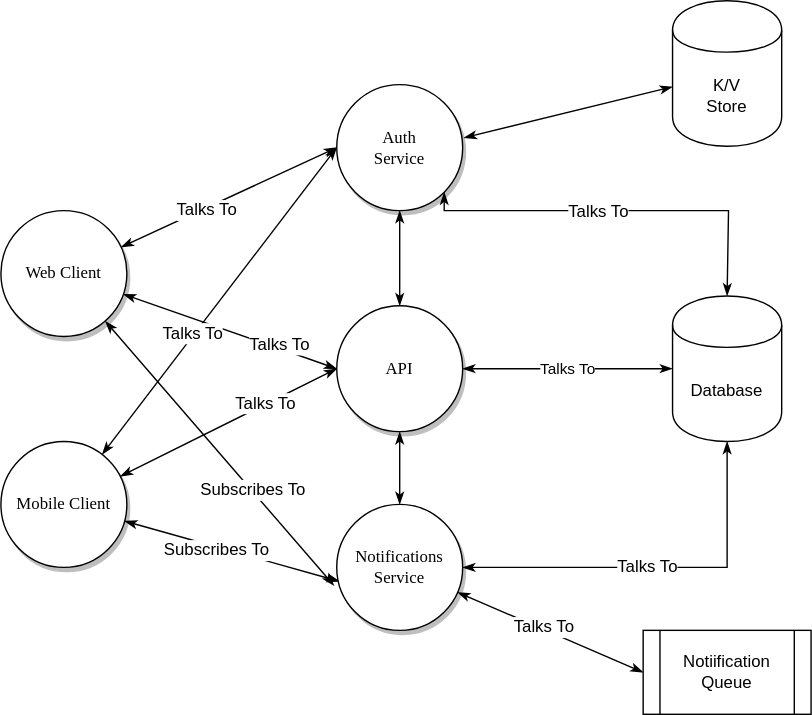
Above: microservice.svg in rasjonell-zz/presentations (draw.io), before the change. Source tidied: cells renumbered, new cells last; positions are measured from the earlier drawing's top-left corner, leaving out a move shared by most shapes. Its diagram source:
```xml
<mxGraphModel background="#ffffff">
  <root>
    <mxCell id="0" />
    <mxCell id="1" parent="0" />
    <mxCell id="2" style="rounded=0;jettySize=auto;html=1;entryX=0;entryY=0.5;entryDx=0;entryDy=0;startArrow=classicThin;startFill=1;endArrow=classicThin;endFill=1;" parent="1" edge="1" source="8" target="18">
      <mxGeometry relative="1" as="geometry" />
    </mxCell>
    <mxCell id="3" value="Talks To" style="text;html=1;align=center;verticalAlign=middle;points=[];labelBackgroundColor=#ffffff;" parent="2" vertex="1">
      <mxGeometry x="-0.22" y="-1" relative="1" as="geometry" />
    </mxCell>
    <mxCell id="4" style="rounded=0;jettySize=auto;html=1;entryX=-0.022;entryY=0.644;entryDx=0;entryDy=0;entryPerimeter=0;startArrow=classicThin;startFill=1;endArrow=classicThin;endFill=1;" parent="1" edge="1" source="8" target="24">
      <mxGeometry relative="1" as="geometry" />
    </mxCell>
    <mxCell id="5" value="&lt;div&gt;Subscribes To&lt;/div&gt;" style="text;html=1;align=center;verticalAlign=middle;points=[];labelBackgroundColor=#ffffff;" parent="4" vertex="1">
      <mxGeometry x="0.28" y="1" relative="1" as="geometry" />
    </mxCell>
    <mxCell id="6" style="edgeStyle=none;rounded=0;jettySize=auto;html=1;entryX=0;entryY=0.5;entryDx=0;entryDy=0;startArrow=classicThin;startFill=1;endArrow=classicThin;endFill=1;" parent="1" edge="1" source="8" target="31">
      <mxGeometry relative="1" as="geometry" />
    </mxCell>
    <mxCell id="7" value="Talks To" style="text;html=1;align=center;verticalAlign=middle;labelBackgroundColor=#ffffff;" parent="6" vertex="1">
      <mxGeometry x="0.43" y="3" relative="1" as="geometry" />
    </mxCell>
    <mxCell id="8" value="Web Client" style="ellipse;whiteSpace=wrap;html=1;rounded=0;shadow=1;comic=0;labelBackgroundColor=none;strokeWidth=1;fontFamily=Verdana;fontSize=12;align=center;" parent="1" vertex="1">
      <mxGeometry y="150" width="90" height="90" as="geometry" />
    </mxCell>
    <mxCell id="9" style="edgeStyle=none;rounded=0;jettySize=auto;html=1;entryX=0;entryY=0.5;entryDx=0;entryDy=0;startArrow=classicThin;startFill=1;endArrow=classicThin;endFill=1;" parent="1" edge="1" source="15" target="18">
      <mxGeometry relative="1" as="geometry" />
    </mxCell>
    <mxCell id="10" value="Talks To" style="text;html=1;align=center;verticalAlign=middle;labelBackgroundColor=#ffffff;" parent="9" vertex="1">
      <mxGeometry x="-0.22" y="2" relative="1" as="geometry" />
    </mxCell>
    <mxCell id="11" style="edgeStyle=none;rounded=0;jettySize=auto;html=1;entryX=0.022;entryY=0.611;entryDx=0;entryDy=0;entryPerimeter=0;startArrow=classicThin;startFill=1;endArrow=classicThin;endFill=1;" parent="1" edge="1" source="15" target="24">
      <mxGeometry relative="1" as="geometry" />
    </mxCell>
    <mxCell id="12" value="Subscribes To" style="text;html=1;align=center;verticalAlign=middle;labelBackgroundColor=#ffffff;" parent="11" vertex="1">
      <mxGeometry x="-0.15" y="-2" relative="1" as="geometry" />
    </mxCell>
    <mxCell id="13" style="edgeStyle=none;rounded=0;jettySize=auto;html=1;entryX=0;entryY=0.5;entryDx=0;entryDy=0;startArrow=classicThin;startFill=1;endArrow=classicThin;endFill=1;" parent="1" edge="1" source="15" target="31">
      <mxGeometry relative="1" as="geometry" />
    </mxCell>
    <mxCell id="14" value="&lt;div&gt;Talks To&lt;/div&gt;" style="text;html=1;align=center;verticalAlign=middle;labelBackgroundColor=#ffffff;" parent="13" vertex="1">
      <mxGeometry x="0.34" y="1" relative="1" as="geometry" />
    </mxCell>
    <mxCell id="15" value="Mobile Client" style="ellipse;whiteSpace=wrap;html=1;rounded=0;shadow=1;comic=0;labelBackgroundColor=none;strokeWidth=1;fontFamily=Verdana;fontSize=12;align=center;" parent="1" vertex="1">
      <mxGeometry y="315" width="90" height="90" as="geometry" />
    </mxCell>
    <mxCell id="16" style="rounded=0;jettySize=auto;html=1;startArrow=classicThin;startFill=1;endArrow=classicThin;endFill=1;entryX=0.5;entryY=0;entryDx=0;entryDy=0;edgeStyle=orthogonalEdgeStyle;exitX=1;exitY=1;exitDx=0;exitDy=0;" parent="1" edge="1" source="18" target="21">
      <mxGeometry relative="1" as="geometry">
        <Array as="points">
          <mxPoint x="317" y="150" />
          <mxPoint x="520" y="150" />
        </Array>
      </mxGeometry>
    </mxCell>
    <mxCell id="17" value="Talks To" style="text;html=1;align=center;verticalAlign=middle;labelBackgroundColor=#ffffff;" parent="16" vertex="1">
      <mxGeometry x="-0.2" relative="1" as="geometry">
        <mxPoint x="12" as="offset" />
      </mxGeometry>
    </mxCell>
    <mxCell id="18" value="&lt;div&gt;Auth&lt;/div&gt;&lt;div&gt;Service&lt;br&gt;&lt;/div&gt;" style="ellipse;whiteSpace=wrap;html=1;rounded=0;shadow=1;comic=0;labelBackgroundColor=none;strokeWidth=1;fontFamily=Verdana;fontSize=12;align=center;" parent="1" vertex="1">
      <mxGeometry x="240" y="60" width="90" height="90" as="geometry" />
    </mxCell>
    <mxCell id="19" style="edgeStyle=orthogonalEdgeStyle;rounded=0;jettySize=auto;html=1;entryX=1;entryY=0.5;entryDx=0;entryDy=0;startArrow=classicThin;startFill=1;endArrow=classicThin;endFill=1;exitX=0.5;exitY=1;exitDx=0;exitDy=0;" parent="1" edge="1" source="21" target="24">
      <mxGeometry relative="1" as="geometry" />
    </mxCell>
    <mxCell id="20" value="Talks To" style="text;html=1;align=center;verticalAlign=middle;labelBackgroundColor=#ffffff;" parent="19" vertex="1">
      <mxGeometry x="0.06" y="-1" relative="1" as="geometry" />
    </mxCell>
    <mxCell id="21" value="Database" style="shape=cylinder;whiteSpace=wrap;html=1;boundedLbl=1;backgroundOutline=1;" parent="1" vertex="1">
      <mxGeometry x="480" y="211" width="78" height="104" as="geometry" />
    </mxCell>
    <mxCell id="22" style="rounded=0;jettySize=auto;html=1;entryX=0;entryY=0.5;entryDx=0;entryDy=0;startArrow=classicThin;startFill=1;endArrow=classicThin;endFill=1;" parent="1" edge="1" source="24" target="27">
      <mxGeometry relative="1" as="geometry" />
    </mxCell>
    <mxCell id="23" value="Talks To" style="text;html=1;align=center;verticalAlign=middle;labelBackgroundColor=#ffffff;" parent="22" vertex="1">
      <mxGeometry x="-0.09" y="2" relative="1" as="geometry" />
    </mxCell>
    <mxCell id="24" value="&lt;div&gt;Notifications&lt;/div&gt;&lt;div&gt;Service&lt;br&gt;&lt;/div&gt;" style="ellipse;whiteSpace=wrap;html=1;rounded=0;shadow=1;comic=0;labelBackgroundColor=none;strokeWidth=1;fontFamily=Verdana;fontSize=12;align=center;" parent="1" vertex="1">
      <mxGeometry x="240" y="360" width="90" height="90" as="geometry" />
    </mxCell>
    <mxCell id="25" style="edgeStyle=none;rounded=0;jettySize=auto;html=1;entryX=1.011;entryY=0.422;entryDx=0;entryDy=0;entryPerimeter=0;startArrow=classicThin;startFill=1;endArrow=classicThin;endFill=1;" parent="1" edge="1" source="26" target="18">
      <mxGeometry relative="1" as="geometry" />
    </mxCell>
    <mxCell id="26" value="&lt;div&gt;K/V&lt;/div&gt;&lt;div&gt;Store&lt;br&gt;&lt;/div&gt;" style="shape=cylinder;whiteSpace=wrap;html=1;boundedLbl=1;backgroundOutline=1;" parent="1" vertex="1">
      <mxGeometry x="480" width="78" height="104" as="geometry" />
    </mxCell>
    <mxCell id="27" value="Notiification Queue" style="shape=process;whiteSpace=wrap;html=1;backgroundOutline=1;" parent="1" vertex="1">
      <mxGeometry x="459" y="450" width="120" height="60" as="geometry" />
    </mxCell>
    <mxCell id="28" value="Talks To" style="edgeStyle=none;rounded=0;jettySize=auto;html=1;entryX=0;entryY=0.5;entryDx=0;entryDy=0;startArrow=classicThin;startFill=1;endArrow=classicThin;endFill=1;" parent="1" edge="1" source="31" target="21">
      <mxGeometry relative="1" as="geometry" />
    </mxCell>
    <mxCell id="29" style="edgeStyle=orthogonalEdgeStyle;rounded=0;jettySize=auto;html=1;entryX=0.5;entryY=0;entryDx=0;entryDy=0;startArrow=classicThin;startFill=1;endArrow=classicThin;endFill=1;" parent="1" edge="1" source="31" target="24">
      <mxGeometry relative="1" as="geometry" />
    </mxCell>
    <mxCell id="30" style="edgeStyle=orthogonalEdgeStyle;rounded=0;jettySize=auto;html=1;entryX=0.5;entryY=1;entryDx=0;entryDy=0;startArrow=classicThin;startFill=1;endArrow=classicThin;endFill=1;" parent="1" edge="1" source="31" target="18">
      <mxGeometry relative="1" as="geometry" />
    </mxCell>
    <mxCell id="31" value="API" style="ellipse;whiteSpace=wrap;html=1;rounded=0;shadow=1;comic=0;labelBackgroundColor=none;strokeWidth=1;fontFamily=Verdana;fontSize=12;align=center;" parent="1" vertex="1">
      <mxGeometry x="240" y="218" width="90" height="90" as="geometry" />
    </mxCell>
  </root>
</mxGraphModel>
```
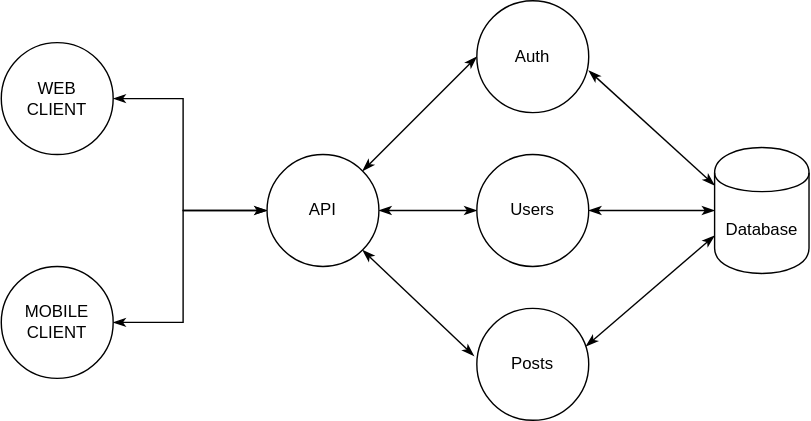
The same file after the commit.

Change to the diagram source:
```diff
@@ -1,103 +1,63 @@
-<mxGraphModel background="#ffffff">
+<mxGraphModel>
   <root>
     <mxCell id="0" />
     <mxCell id="1" parent="0" />
-    <mxCell id="2" style="rounded=0;jettySize=auto;html=1;entryX=0;entryY=0.5;entryDx=0;entryDy=0;startArrow=classicThin;startFill=1;endArrow=classicThin;endFill=1;" parent="1" edge="1" source="8" target="18">
-      <mxGeometry relative="1" as="geometry" />
+    <mxCell id="2" style="edgeStyle=orthogonalEdgeStyle;rounded=0;jettySize=auto;html=1;entryX=0;entryY=0.5;entryDx=0;entryDy=0;endArrow=classicThin;endFill=1;startArrow=classicThin;startFill=1;" parent="1" edge="1" source="3" target="9">
+      <mxGeometry relative="1" as="geometry">
+        <Array as="points">
+          <mxPoint x="-210" y="165" />
+          <mxPoint x="-210" y="245" />
+        </Array>
+      </mxGeometry>
     </mxCell>
-    <mxCell id="3" value="Talks To" style="text;html=1;align=center;verticalAlign=middle;points=[];labelBackgroundColor=#ffffff;" parent="2" vertex="1">
-      <mxGeometry x="-0.22" y="-1" relative="1" as="geometry" />
+    <mxCell id="3" value="&lt;div&gt;WEB&lt;/div&gt;&lt;div&gt;CLIENT&lt;br&gt;&lt;/div&gt;" style="ellipse;whiteSpace=wrap;html=1;" parent="1" vertex="1">
+      <mxGeometry x="-340" y="125" width="80" height="80" as="geometry" />
     </mxCell>
-    <mxCell id="4" style="rounded=0;jettySize=auto;html=1;entryX=-0.022;entryY=0.644;entryDx=0;entryDy=0;entryPerimeter=0;startArrow=classicThin;startFill=1;endArrow=classicThin;endFill=1;" parent="1" edge="1" source="8" target="24">
-      <mxGeometry relative="1" as="geometry" />
+    <mxCell id="4" style="edgeStyle=orthogonalEdgeStyle;rounded=0;jettySize=auto;html=1;entryX=0;entryY=0.5;entryDx=0;entryDy=0;endArrow=classicThin;endFill=1;startArrow=classicThin;startFill=1;" parent="1" edge="1" source="5" target="9">
+      <mxGeometry relative="1" as="geometry">
+        <Array as="points">
+          <mxPoint x="-210" y="325" />
+          <mxPoint x="-210" y="245" />
+        </Array>
+      </mxGeometry>
     </mxCell>
-    <mxCell id="5" value="&lt;div&gt;Subscribes To&lt;/div&gt;" style="text;html=1;align=center;verticalAlign=middle;points=[];labelBackgroundColor=#ffffff;" parent="4" vertex="1">
-      <mxGeometry x="0.28" y="1" relative="1" as="geometry" />
+    <mxCell id="5" value="&lt;div&gt;MOBILE&lt;br&gt;CLIENT&lt;br&gt;&lt;/div&gt;" style="ellipse;whiteSpace=wrap;html=1;" parent="1" vertex="1">
+      <mxGeometry x="-340" y="285" width="80" height="80" as="geometry" />
     </mxCell>
-    <mxCell id="6" style="edgeStyle=none;rounded=0;jettySize=auto;html=1;entryX=0;entryY=0.5;entryDx=0;entryDy=0;startArrow=classicThin;startFill=1;endArrow=classicThin;endFill=1;" parent="1" edge="1" source="8" target="31">
+    <mxCell id="6" style="rounded=0;jettySize=auto;html=1;exitX=1;exitY=0;exitDx=0;exitDy=0;entryX=0;entryY=0.5;entryDx=0;entryDy=0;startArrow=classicThin;startFill=1;endArrow=classicThin;endFill=1;" parent="1" edge="1" source="9" target="11">
       <mxGeometry relative="1" as="geometry" />
     </mxCell>
-    <mxCell id="7" value="Talks To" style="text;html=1;align=center;verticalAlign=middle;labelBackgroundColor=#ffffff;" parent="6" vertex="1">
-      <mxGeometry x="0.43" y="3" relative="1" as="geometry" />
+    <mxCell id="7" style="edgeStyle=none;rounded=0;jettySize=auto;html=1;entryX=0;entryY=0.5;entryDx=0;entryDy=0;startArrow=classicThin;startFill=1;endArrow=classicThin;endFill=1;" parent="1" edge="1" source="9" target="13">
+      <mxGeometry relative="1" as="geometry" />
     </mxCell>
-    <mxCell id="8" value="Web Client" style="ellipse;whiteSpace=wrap;html=1;rounded=0;shadow=1;comic=0;labelBackgroundColor=none;strokeWidth=1;fontFamily=Verdana;fontSize=12;align=center;" parent="1" vertex="1">
-      <mxGeometry y="150" width="90" height="90" as="geometry" />
+    <mxCell id="8" style="edgeStyle=none;rounded=0;jettySize=auto;html=1;exitX=1;exitY=1;exitDx=0;exitDy=0;entryX=-0.025;entryY=0.425;entryDx=0;entryDy=0;entryPerimeter=0;startArrow=classicThin;startFill=1;endArrow=classicThin;endFill=1;" parent="1" edge="1" source="9" target="15">
+      <mxGeometry relative="1" as="geometry" />
     </mxCell>
-    <mxCell id="9" style="edgeStyle=none;rounded=0;jettySize=auto;html=1;entryX=0;entryY=0.5;entryDx=0;entryDy=0;startArrow=classicThin;startFill=1;endArrow=classicThin;endFill=1;" parent="1" edge="1" source="15" target="18">
-      <mxGeometry relative="1" as="geometry" />
+    <mxCell id="9" value="API" style="ellipse;whiteSpace=wrap;html=1;" parent="1" vertex="1">
+      <mxGeometry x="-150" y="205" width="80" height="80" as="geometry" />
     </mxCell>
-    <mxCell id="10" value="Talks To" style="text;html=1;align=center;verticalAlign=middle;labelBackgroundColor=#ffffff;" parent="9" vertex="1">
-      <mxGeometry x="-0.22" y="2" relative="1" as="geometry" />
+    <mxCell id="10" style="edgeStyle=none;rounded=0;jettySize=auto;html=1;entryX=0;entryY=0.3;entryDx=0;entryDy=0;startArrow=classicThin;startFill=1;endArrow=classicThin;endFill=1;" parent="1" edge="1" target="16">
+      <mxGeometry relative="1" as="geometry">
+        <mxPoint x="80" y="145" as="sourcePoint" />
+      </mxGeometry>
     </mxCell>
-    <mxCell id="11" style="edgeStyle=none;rounded=0;jettySize=auto;html=1;entryX=0.022;entryY=0.611;entryDx=0;entryDy=0;entryPerimeter=0;startArrow=classicThin;startFill=1;endArrow=classicThin;endFill=1;" parent="1" edge="1" source="15" target="24">
-      <mxGeometry relative="1" as="geometry" />
+    <mxCell id="11" value="Auth" style="ellipse;whiteSpace=wrap;html=1;" parent="1" vertex="1">
+      <mxGeometry y="95" width="80" height="80" as="geometry" />
     </mxCell>
-    <mxCell id="12" value="Subscribes To" style="text;html=1;align=center;verticalAlign=middle;labelBackgroundColor=#ffffff;" parent="11" vertex="1">
-      <mxGeometry x="-0.15" y="-2" relative="1" as="geometry" />
+    <mxCell id="12" style="edgeStyle=none;rounded=0;jettySize=auto;html=1;entryX=0;entryY=0.5;entryDx=0;entryDy=0;startArrow=classicThin;startFill=1;endArrow=classicThin;endFill=1;" parent="1" edge="1" source="13" target="16">
+      <mxGeometry relative="1" as="geometry" />
     </mxCell>
-    <mxCell id="13" style="edgeStyle=none;rounded=0;jettySize=auto;html=1;entryX=0;entryY=0.5;entryDx=0;entryDy=0;startArrow=classicThin;startFill=1;endArrow=classicThin;endFill=1;" parent="1" edge="1" source="15" target="31">
-      <mxGeometry relative="1" as="geometry" />
+    <mxCell id="13" value="Users" style="ellipse;whiteSpace=wrap;html=1;" parent="1" vertex="1">
+      <mxGeometry y="205" width="80" height="80" as="geometry" />
     </mxCell>
-    <mxCell id="14" value="&lt;div&gt;Talks To&lt;/div&gt;" style="text;html=1;align=center;verticalAlign=middle;labelBackgroundColor=#ffffff;" parent="13" vertex="1">
-      <mxGeometry x="0.34" y="1" relative="1" as="geometry" />
+    <mxCell id="14" style="edgeStyle=none;rounded=0;jettySize=auto;html=1;exitX=0.975;exitY=0.338;exitDx=0;exitDy=0;entryX=0;entryY=0.7;entryDx=0;entryDy=0;startArrow=classicThin;startFill=1;endArrow=classicThin;endFill=1;exitPerimeter=0;" parent="1" edge="1" source="15" target="16">
+      <mxGeometry relative="1" as="geometry" />
     </mxCell>
-    <mxCell id="15" value="Mobile Client" style="ellipse;whiteSpace=wrap;html=1;rounded=0;shadow=1;comic=0;labelBackgroundColor=none;strokeWidth=1;fontFamily=Verdana;fontSize=12;align=center;" parent="1" vertex="1">
-      <mxGeometry y="315" width="90" height="90" as="geometry" />
+    <mxCell id="15" value="Posts" style="ellipse;whiteSpace=wrap;html=1;" parent="1" vertex="1">
+      <mxGeometry y="315" width="80" height="80" as="geometry" />
     </mxCell>
-    <mxCell id="16" style="rounded=0;jettySize=auto;html=1;startArrow=classicThin;startFill=1;endArrow=classicThin;endFill=1;entryX=0.5;entryY=0;entryDx=0;entryDy=0;edgeStyle=orthogonalEdgeStyle;exitX=1;exitY=1;exitDx=0;exitDy=0;" parent="1" edge="1" source="18" target="21">
-      <mxGeometry relative="1" as="geometry">
-        <Array as="points">
-          <mxPoint x="317" y="150" />
-          <mxPoint x="520" y="150" />
-        </Array>
-      </mxGeometry>
+    <mxCell id="16" value="Database" style="shape=cylinder;whiteSpace=wrap;html=1;boundedLbl=1;backgroundOutline=1;" parent="1" vertex="1">
+      <mxGeometry x="170" y="200" width="67.5" height="90" as="geometry" />
     </mxCell>
-    <mxCell id="17" value="Talks To" style="text;html=1;align=center;verticalAlign=middle;labelBackgroundColor=#ffffff;" parent="16" vertex="1">
-      <mxGeometry x="-0.2" relative="1" as="geometry">
-        <mxPoint x="12" as="offset" />
-      </mxGeometry>
-    </mxCell>
-    <mxCell id="18" value="&lt;div&gt;Auth&lt;/div&gt;&lt;div&gt;Service&lt;br&gt;&lt;/div&gt;" style="ellipse;whiteSpace=wrap;html=1;rounded=0;shadow=1;comic=0;labelBackgroundColor=none;strokeWidth=1;fontFamily=Verdana;fontSize=12;align=center;" parent="1" vertex="1">
-      <mxGeometry x="240" y="60" width="90" height="90" as="geometry" />
-    </mxCell>
-    <mxCell id="19" style="edgeStyle=orthogonalEdgeStyle;rounded=0;jettySize=auto;html=1;entryX=1;entryY=0.5;entryDx=0;entryDy=0;startArrow=classicThin;startFill=1;endArrow=classicThin;endFill=1;exitX=0.5;exitY=1;exitDx=0;exitDy=0;" parent="1" edge="1" source="21" target="24">
-      <mxGeometry relative="1" as="geometry" />
-    </mxCell>
-    <mxCell id="20" value="Talks To" style="text;html=1;align=center;verticalAlign=middle;labelBackgroundColor=#ffffff;" parent="19" vertex="1">
-      <mxGeometry x="0.06" y="-1" relative="1" as="geometry" />
-    </mxCell>
-    <mxCell id="21" value="Database" style="shape=cylinder;whiteSpace=wrap;html=1;boundedLbl=1;backgroundOutline=1;" parent="1" vertex="1">
-      <mxGeometry x="480" y="211" width="78" height="104" as="geometry" />
-    </mxCell>
-    <mxCell id="22" style="rounded=0;jettySize=auto;html=1;entryX=0;entryY=0.5;entryDx=0;entryDy=0;startArrow=classicThin;startFill=1;endArrow=classicThin;endFill=1;" parent="1" edge="1" source="24" target="27">
-      <mxGeometry relative="1" as="geometry" />
-    </mxCell>
-    <mxCell id="23" value="Talks To" style="text;html=1;align=center;verticalAlign=middle;labelBackgroundColor=#ffffff;" parent="22" vertex="1">
-      <mxGeometry x="-0.09" y="2" relative="1" as="geometry" />
-    </mxCell>
-    <mxCell id="24" value="&lt;div&gt;Notifications&lt;/div&gt;&lt;div&gt;Service&lt;br&gt;&lt;/div&gt;" style="ellipse;whiteSpace=wrap;html=1;rounded=0;shadow=1;comic=0;labelBackgroundColor=none;strokeWidth=1;fontFamily=Verdana;fontSize=12;align=center;" parent="1" vertex="1">
-      <mxGeometry x="240" y="360" width="90" height="90" as="geometry" />
-    </mxCell>
-    <mxCell id="25" style="edgeStyle=none;rounded=0;jettySize=auto;html=1;entryX=1.011;entryY=0.422;entryDx=0;entryDy=0;entryPerimeter=0;startArrow=classicThin;startFill=1;endArrow=classicThin;endFill=1;" parent="1" edge="1" source="26" target="18">
-      <mxGeometry relative="1" as="geometry" />
-    </mxCell>
-    <mxCell id="26" value="&lt;div&gt;K/V&lt;/div&gt;&lt;div&gt;Store&lt;br&gt;&lt;/div&gt;" style="shape=cylinder;whiteSpace=wrap;html=1;boundedLbl=1;backgroundOutline=1;" parent="1" vertex="1">
-      <mxGeometry x="480" width="78" height="104" as="geometry" />
-    </mxCell>
-    <mxCell id="27" value="Notiification Queue" style="shape=process;whiteSpace=wrap;html=1;backgroundOutline=1;" parent="1" vertex="1">
-      <mxGeometry x="459" y="450" width="120" height="60" as="geometry" />
-    </mxCell>
-    <mxCell id="28" value="Talks To" style="edgeStyle=none;rounded=0;jettySize=auto;html=1;entryX=0;entryY=0.5;entryDx=0;entryDy=0;startArrow=classicThin;startFill=1;endArrow=classicThin;endFill=1;" parent="1" edge="1" source="31" target="21">
-      <mxGeometry relative="1" as="geometry" />
-    </mxCell>
-    <mxCell id="29" style="edgeStyle=orthogonalEdgeStyle;rounded=0;jettySize=auto;html=1;entryX=0.5;entryY=0;entryDx=0;entryDy=0;startArrow=classicThin;startFill=1;endArrow=classicThin;endFill=1;" parent="1" edge="1" source="31" target="24">
-      <mxGeometry relative="1" as="geometry" />
-    </mxCell>
-    <mxCell id="30" style="edgeStyle=orthogonalEdgeStyle;rounded=0;jettySize=auto;html=1;entryX=0.5;entryY=1;entryDx=0;entryDy=0;startArrow=classicThin;startFill=1;endArrow=classicThin;endFill=1;" parent="1" edge="1" source="31" target="18">
-      <mxGeometry relative="1" as="geometry" />
-    </mxCell>
-    <mxCell id="31" value="API" style="ellipse;whiteSpace=wrap;html=1;rounded=0;shadow=1;comic=0;labelBackgroundColor=none;strokeWidth=1;fontFamily=Verdana;fontSize=12;align=center;" parent="1" vertex="1">
-      <mxGeometry x="240" y="218" width="90" height="90" as="geometry" />
-    </mxCell>
   </root>
 </mxGraphModel>
```
